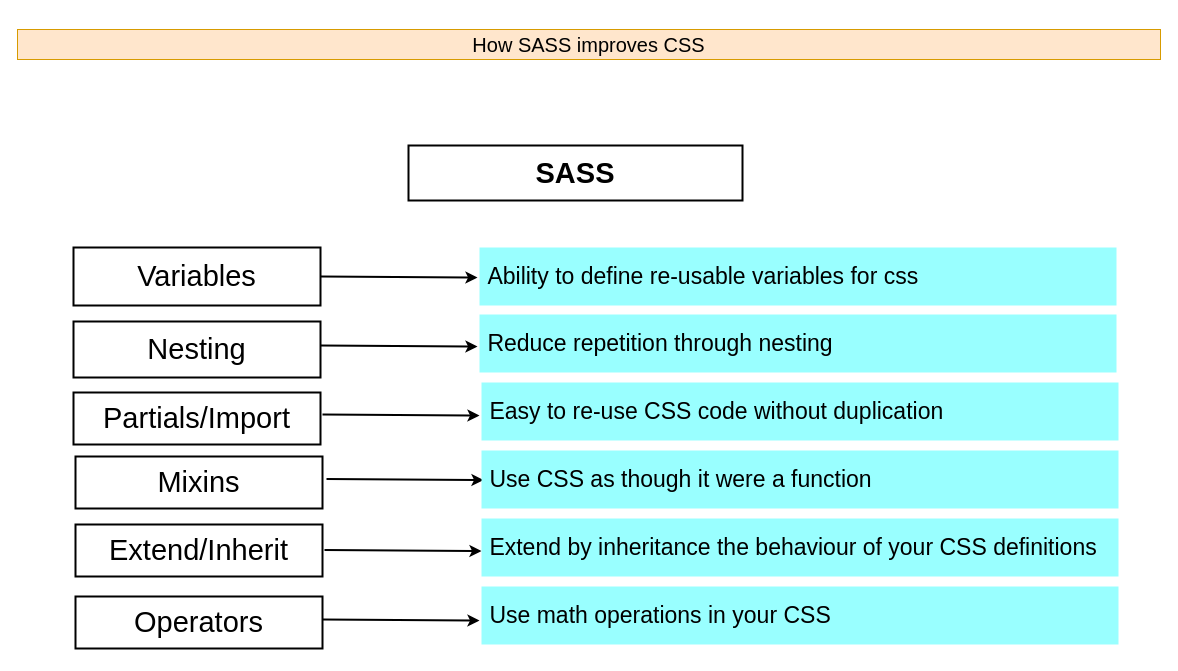
Before: page "p5" (5 of 12) of sass-explained/Untitled Diagram.drawio in kingsley-ijomah/draw.io, a draw.io diagram. Source tidied: cells renumbered, new cells numbered last; positions are measured from the earlier drawing's top-left corner, leaving out a move shared by most shapes. Both pictures are drawn from the tidied source at 100%, with x=0, y=0 at pixel (17, 29).
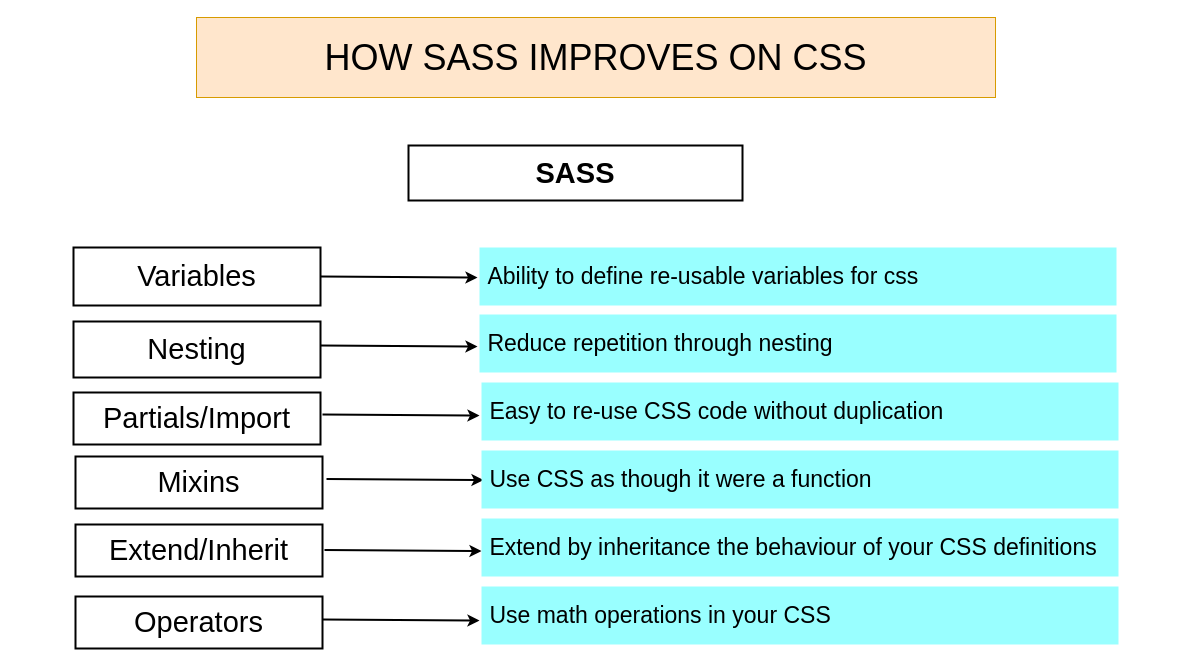
The same page after the edit.

Diff of the diagram source:
```diff
@@
-    <mxCell id="2" value="How SASS improves CSS" style="text;html=1;strokeColor=#d79b00;fillColor=#ffe6cc;align=center;verticalAlign=middle;whiteSpace=wrap;rounded=0;fontSize=20;" parent="1" vertex="1">
-      <mxGeometry width="1143" height="30" as="geometry" />
-    </mxCell>
@@
+    <mxCell id="22" value="HOW SASS IMPROVES ON CSS" style="text;html=1;strokeColor=#d79b00;fillColor=#ffe6cc;align=center;verticalAlign=middle;whiteSpace=wrap;rounded=0;fontSize=36;" parent="1" vertex="1">
+      <mxGeometry x="179" y="-12" width="799" height="80" as="geometry" />
+    </mxCell>
```
